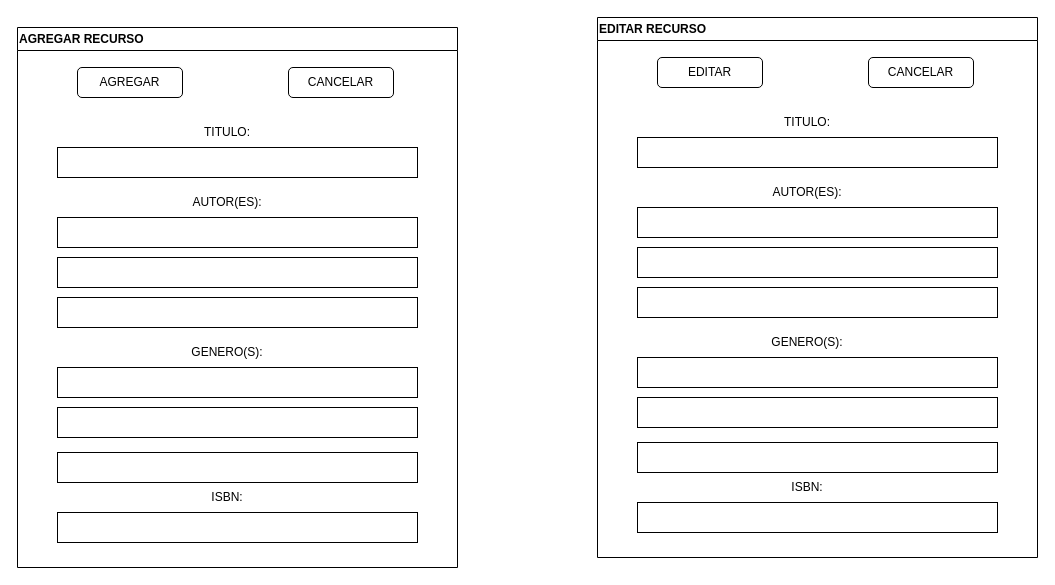
The draw.io diagram page "Página-2" (2 of 4) of Interface Diagram.drawio in puyojulian/MiniProyecto3FPOE, before the edit. Source tidied: cells renumbered, new cells numbered last; positions are measured from the earlier drawing's top-left corner, leaving out a move shared by most shapes. Both pictures are drawn from the tidied source at 100%, with x=0, y=0 at pixel (17, 17).
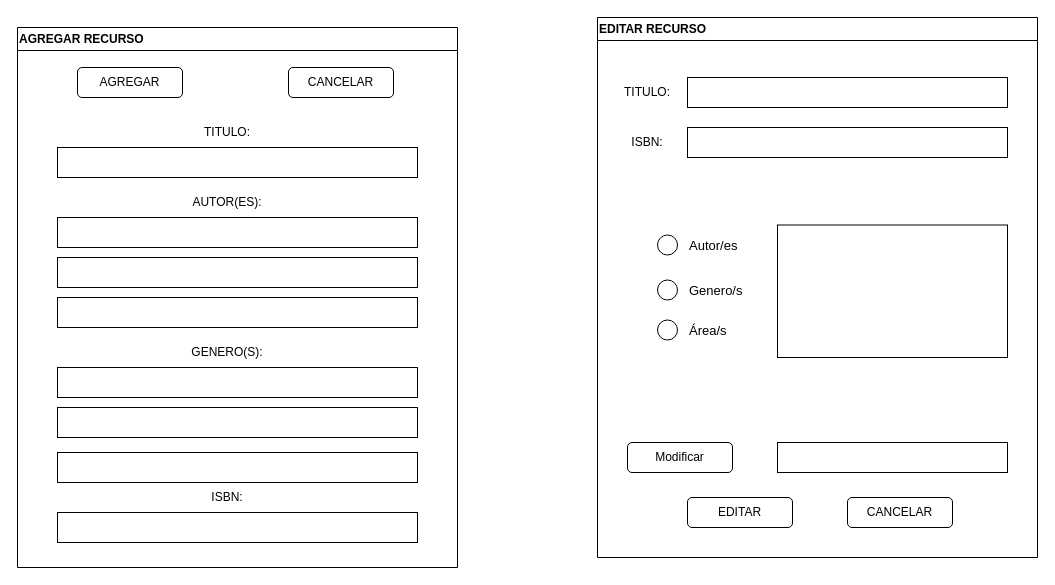
After the change.

The change refers to these unchanged cells:
```xml
<mxCell id="17" value="EDITAR RECURSO" style="swimlane;whiteSpace=wrap;html=1;align=left;" parent="1" vertex="1">
  <mxGeometry x="580" width="440" height="540" as="geometry" />
</mxCell>
```

Diff of the diagram source:
```diff
@@
-    <mxCell id="18" value="EDITAR" style="rounded=1;whiteSpace=wrap;html=1;" parent="17" vertex="1">
-      <mxGeometry x="60" y="40" width="105" height="30" as="geometry" />
-    </mxCell>
-    <mxCell id="19" value="CANCELAR" style="rounded=1;whiteSpace=wrap;html=1;" parent="17" vertex="1">
-      <mxGeometry x="271" y="40" width="105" height="30" as="geometry" />
-    </mxCell>
     <mxCell id="20" value="TITULO:" style="text;html=1;strokeColor=none;fillColor=none;align=center;verticalAlign=middle;whiteSpace=wrap;rounded=0;" parent="17" vertex="1">
-      <mxGeometry x="180" y="90" width="60" height="30" as="geometry" />
+      <mxGeometry x="20" y="60" width="60" height="30" as="geometry" />
     </mxCell>
     <mxCell id="21" style="rounded=0;whiteSpace=wrap;html=1;" parent="17" vertex="1">
-      <mxGeometry x="40" y="120" width="360" height="30" as="geometry" />
+      <mxGeometry x="90" y="60" width="320" height="30" as="geometry" />
     </mxCell>
-    <mxCell id="22" value="AUTOR(ES):" style="text;html=1;strokeColor=none;fillColor=none;align=center;verticalAlign=middle;whiteSpace=wrap;rounded=0;" parent="17" vertex="1">
-      <mxGeometry x="180" y="160" width="60" height="30" as="geometry" />
+    <mxCell id="22" value="&lt;font style=&quot;font-size: 13px;&quot;&gt;Autor/es&lt;/font&gt;" style="text;html=1;strokeColor=none;fillColor=none;align=left;verticalAlign=middle;whiteSpace=wrap;rounded=0;" parent="17" vertex="1">
+      <mxGeometry x="90" y="212.5" width="60" height="30" as="geometry" />
     </mxCell>
-    <mxCell id="23" style="rounded=0;whiteSpace=wrap;html=1;" parent="17" vertex="1">
-      <mxGeometry x="40" y="190" width="360" height="30" as="geometry" />
-    </mxCell>
-    <mxCell id="24" value="GENERO(S):" style="text;html=1;strokeColor=none;fillColor=none;align=center;verticalAlign=middle;whiteSpace=wrap;rounded=0;" parent="17" vertex="1">
-      <mxGeometry x="180" y="310" width="60" height="30" as="geometry" />
+    <mxCell id="24" value="&lt;font style=&quot;font-size: 13px;&quot;&gt;Genero/s&lt;/font&gt;" style="text;html=1;strokeColor=none;fillColor=none;align=left;verticalAlign=middle;whiteSpace=wrap;rounded=0;" parent="17" vertex="1">
+      <mxGeometry x="90" y="257.5" width="60" height="30" as="geometry" />
     </mxCell>
     <mxCell id="25" style="rounded=0;whiteSpace=wrap;html=1;" parent="17" vertex="1">
-      <mxGeometry x="40" y="340" width="360" height="30" as="geometry" />
+      <mxGeometry x="180" y="207.5" width="230" height="132.5" as="geometry" />
     </mxCell>
     <mxCell id="26" value="ISBN:" style="text;html=1;strokeColor=none;fillColor=none;align=center;verticalAlign=middle;whiteSpace=wrap;rounded=0;" parent="17" vertex="1">
-      <mxGeometry x="180" y="455" width="60" height="30" as="geometry" />
+      <mxGeometry x="20" y="110" width="60" height="30" as="geometry" />
     </mxCell>
     <mxCell id="27" style="rounded=0;whiteSpace=wrap;html=1;" parent="17" vertex="1">
-      <mxGeometry x="40" y="485" width="360" height="30" as="geometry" />
+      <mxGeometry x="90" y="110" width="320" height="30" as="geometry" />
     </mxCell>
-    <mxCell id="28" style="rounded=0;whiteSpace=wrap;html=1;" parent="17" vertex="1">
-      <mxGeometry x="40" y="230" width="360" height="30" as="geometry" />
-    </mxCell>
-    <mxCell id="29" style="rounded=0;whiteSpace=wrap;html=1;" parent="17" vertex="1">
-      <mxGeometry x="40" y="270" width="360" height="30" as="geometry" />
-    </mxCell>
-    <mxCell id="30" style="rounded=0;whiteSpace=wrap;html=1;" parent="17" vertex="1">
-      <mxGeometry x="40" y="380" width="360" height="30" as="geometry" />
-    </mxCell>
     <mxCell id="31" style="rounded=0;whiteSpace=wrap;html=1;" parent="17" vertex="1">
-      <mxGeometry x="40" y="425" width="360" height="30" as="geometry" />
+      <mxGeometry x="180" y="425" width="230" height="30" as="geometry" />
     </mxCell>
+    <mxCell id="32" style="ellipse;whiteSpace=wrap;html=1;" parent="17" vertex="1">
+      <mxGeometry x="60" y="217.5" width="20" height="20" as="geometry" />
+    </mxCell>
+    <mxCell id="33" style="ellipse;whiteSpace=wrap;html=1;" parent="17" vertex="1">
+      <mxGeometry x="60" y="262.5" width="20" height="20" as="geometry" />
+    </mxCell>
+    <mxCell id="34" style="ellipse;whiteSpace=wrap;html=1;" parent="17" vertex="1">
+      <mxGeometry x="60" y="302.5" width="20" height="20" as="geometry" />
+    </mxCell>
+    <mxCell id="35" value="&lt;font style=&quot;font-size: 13px;&quot;&gt;Área/s&lt;/font&gt;" style="text;html=1;strokeColor=none;fillColor=none;align=left;verticalAlign=middle;whiteSpace=wrap;rounded=0;" parent="17" vertex="1">
+      <mxGeometry x="90" y="297.5" width="60" height="30" as="geometry" />
+    </mxCell>
+    <mxCell id="18" value="EDITAR" style="rounded=1;whiteSpace=wrap;html=1;" parent="17" vertex="1">
+      <mxGeometry x="90" y="480" width="105" height="30" as="geometry" />
+    </mxCell>
+    <mxCell id="19" value="CANCELAR" style="rounded=1;whiteSpace=wrap;html=1;" parent="17" vertex="1">
+      <mxGeometry x="250" y="480" width="105" height="30" as="geometry" />
+    </mxCell>
+    <mxCell id="36" value="Modificar" style="rounded=1;whiteSpace=wrap;html=1;" parent="17" vertex="1">
+      <mxGeometry x="30" y="425" width="105" height="30" as="geometry" />
+    </mxCell>
```
